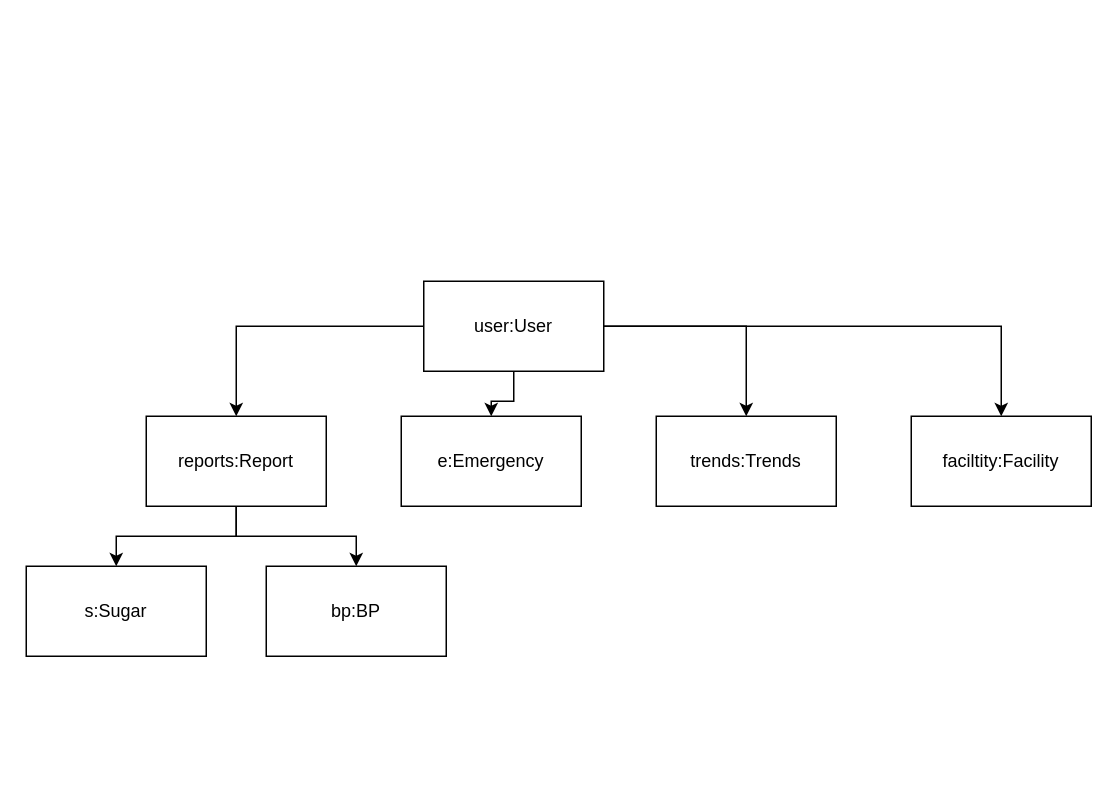
Earlier version of the draw.io diagram ObjectDiagram.drawio (pranavn35/ProjectDiagrams). Source tidied: cells renumbered, new cells numbered last; positions are measured from the earlier drawing's top-left corner, leaving out a move shared by most shapes. Both pictures are drawn from the tidied source at 150%, with x=0, y=0 at pixel (26, 280).
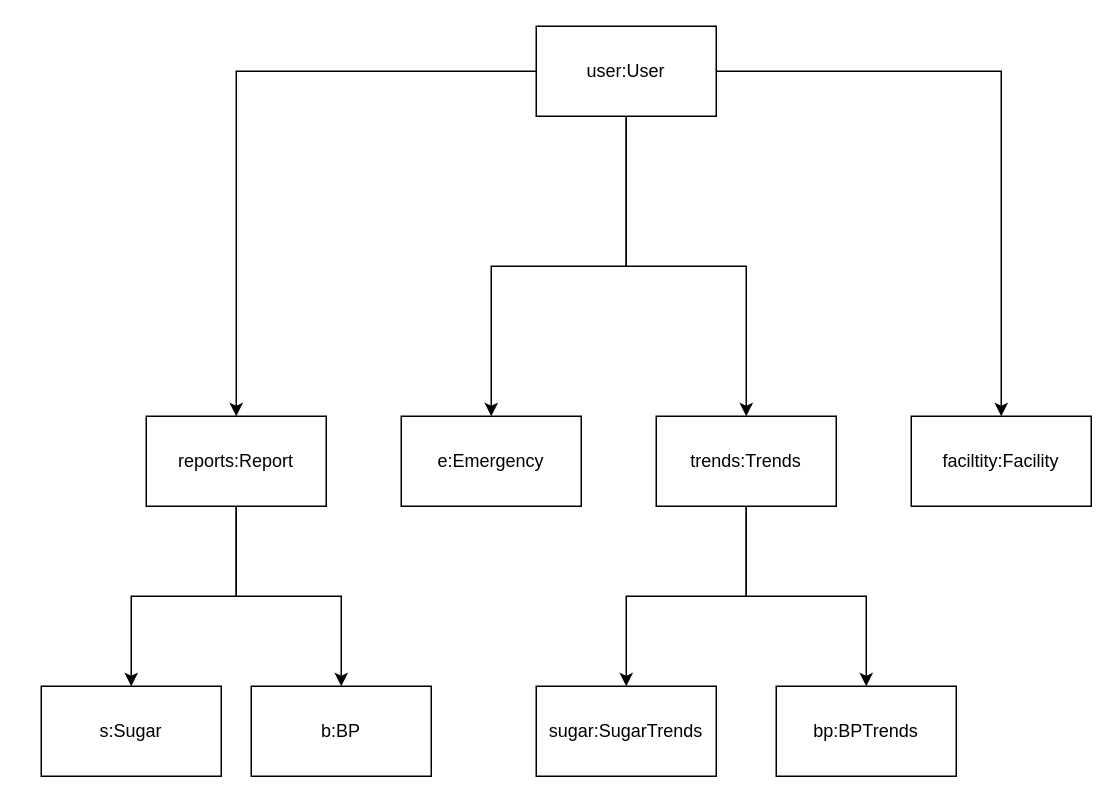
The same diagram, later.

What changed in the source:
```diff
@@
 <mxGraphModel>
   <root>
     <mxCell id="0" />
     <mxCell id="1" parent="0" />
     <mxCell id="2" style="edgeStyle=orthogonalEdgeStyle;rounded=0;jettySize=auto;html=1;" parent="1" edge="1" source="6" target="9">
       <mxGeometry relative="1" as="geometry" />
     </mxCell>
     <mxCell id="3" style="edgeStyle=orthogonalEdgeStyle;rounded=0;jettySize=auto;html=1;" parent="1" edge="1" source="6" target="10">
       <mxGeometry relative="1" as="geometry" />
     </mxCell>
     <mxCell id="4" style="edgeStyle=orthogonalEdgeStyle;rounded=0;jettySize=auto;html=1;" parent="1" edge="1" source="6" target="11">
       <mxGeometry relative="1" as="geometry" />
     </mxCell>
     <mxCell id="5" style="edgeStyle=orthogonalEdgeStyle;rounded=0;jettySize=auto;html=1;" parent="1" edge="1" source="6" target="14">
       <mxGeometry relative="1" as="geometry" />
     </mxCell>
     <mxCell id="6" value="user:User" style="rounded=0;whiteSpace=wrap;html=1;" parent="1" vertex="1">
-      <mxGeometry x="265" width="120" height="60" as="geometry" />
+      <mxGeometry x="340" y="-170" width="120" height="60" as="geometry" />
     </mxCell>
     <mxCell id="7" style="edgeStyle=orthogonalEdgeStyle;rounded=0;jettySize=auto;html=1;" parent="1" edge="1" source="9" target="12">
       <mxGeometry relative="1" as="geometry" />
     </mxCell>
     <mxCell id="8" style="edgeStyle=orthogonalEdgeStyle;rounded=0;jettySize=auto;html=1;" parent="1" edge="1" source="9" target="13">
       <mxGeometry relative="1" as="geometry" />
     </mxCell>
     <mxCell id="9" value="reports:Report" style="whiteSpace=wrap;html=1;rounded=0;" parent="1" vertex="1">
       <mxGeometry x="80" y="90" width="120" height="60" as="geometry" />
     </mxCell>
     <mxCell id="10" value="faciltity:Facility" style="whiteSpace=wrap;html=1;rounded=0;" parent="1" vertex="1">
       <mxGeometry x="590" y="90" width="120" height="60" as="geometry" />
     </mxCell>
     <mxCell id="11" value="e:Emergency" style="rounded=0;whiteSpace=wrap;html=1;" parent="1" vertex="1">
       <mxGeometry x="250" y="90" width="120" height="60" as="geometry" />
     </mxCell>
     <mxCell id="12" value="s:Sugar" style="whiteSpace=wrap;html=1;rounded=0;" parent="1" vertex="1">
-      <mxGeometry y="190" width="120" height="60" as="geometry" />
+      <mxGeometry x="10" y="270" width="120" height="60" as="geometry" />
     </mxCell>
-    <mxCell id="13" value="bp:BP" style="whiteSpace=wrap;html=1;rounded=0;" parent="1" vertex="1">
-      <mxGeometry x="160" y="190" width="120" height="60" as="geometry" />
+    <mxCell id="13" value="b:BP" style="whiteSpace=wrap;html=1;rounded=0;" parent="1" vertex="1">
+      <mxGeometry x="150" y="270" width="120" height="60" as="geometry" />
     </mxCell>
+    <mxCell id="15" style="edgeStyle=orthogonalEdgeStyle;rounded=0;jettySize=auto;html=1;" parent="1" edge="1" source="14" target="17">
+      <mxGeometry relative="1" as="geometry" />
+    </mxCell>
+    <mxCell id="16" style="edgeStyle=orthogonalEdgeStyle;rounded=0;jettySize=auto;html=1;" parent="1" edge="1" source="14" target="18">
+      <mxGeometry relative="1" as="geometry" />
+    </mxCell>
     <mxCell id="14" value="trends:Trends" style="whiteSpace=wrap;html=1;rounded=0;" parent="1" vertex="1">
       <mxGeometry x="420" y="90" width="120" height="60" as="geometry" />
     </mxCell>
+    <mxCell id="17" value="sugar:SugarTrends" style="whiteSpace=wrap;html=1;rounded=0;" parent="1" vertex="1">
+      <mxGeometry x="340" y="270" width="120" height="60" as="geometry" />
+    </mxCell>
+    <mxCell id="18" value="bp:BPTrends" style="whiteSpace=wrap;html=1;rounded=0;" parent="1" vertex="1">
+      <mxGeometry x="500" y="270" width="120" height="60" as="geometry" />
+    </mxCell>
   </root>
 </mxGraphModel>
```
